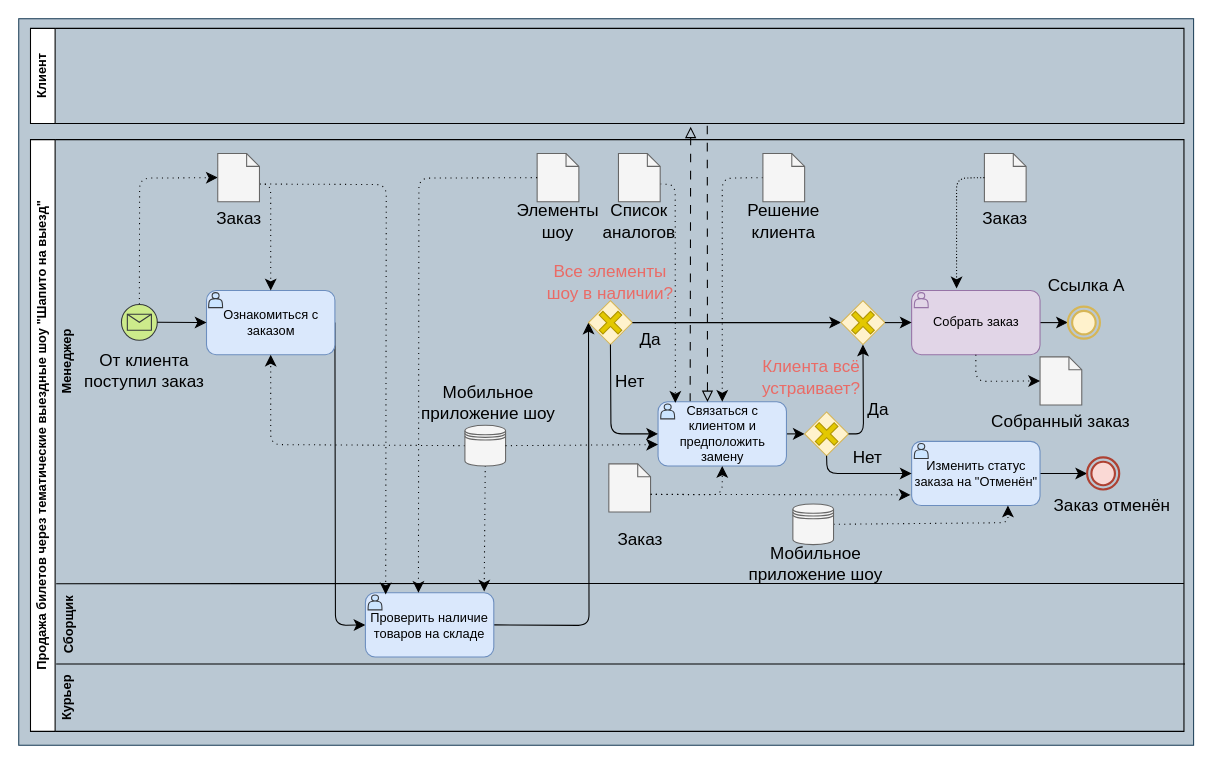
The draw.io diagram page "Page-1" (1 of 3) of Pbd1.drawio in Helpmepleaseitishard/database-design-4-semester, before the edit. Source tidied: cells renumbered, new cells numbered last; positions are measured from the earlier drawing's top-left corner, leaving out a move shared by most shapes. Both pictures are drawn from the tidied source at 107%, with x=0, y=0 at pixel (-155, 18).
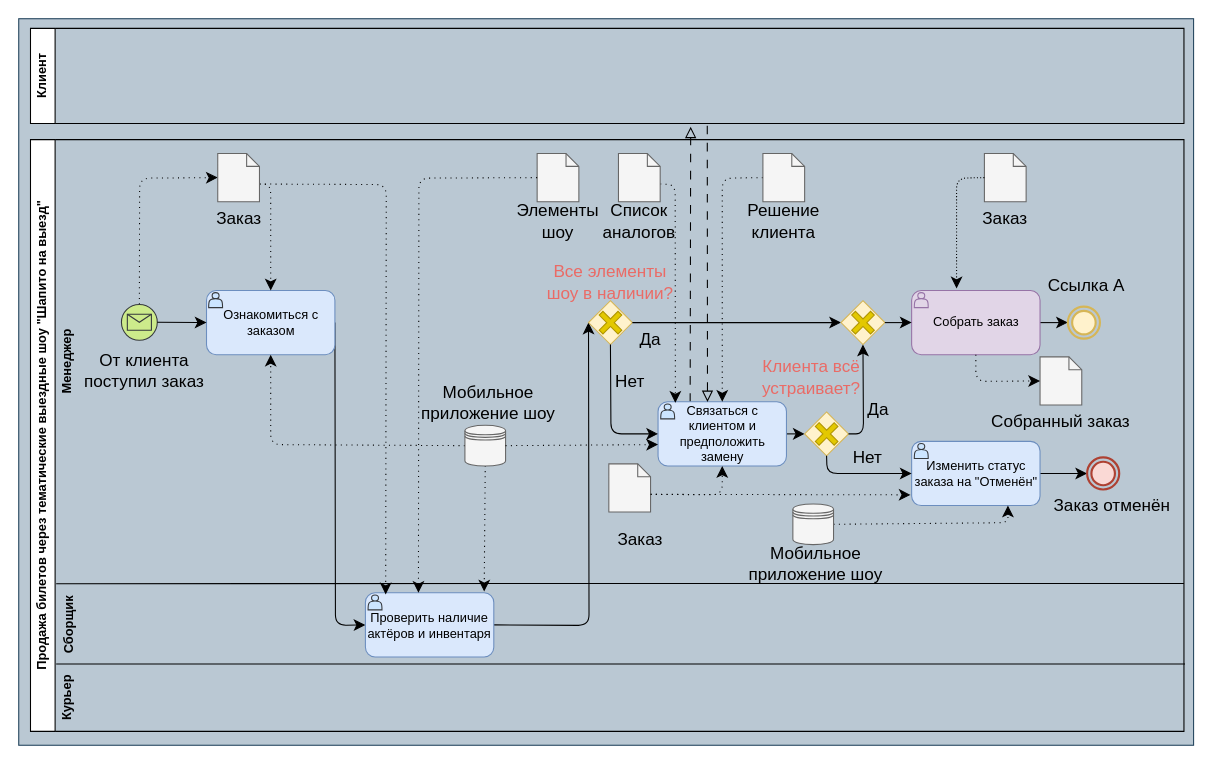
Above is the later version.

The change refers to these unchanged cells:
```xml
<mxCell id="6" value="Продажа билетов через тематические выездные шоу &quot;Шапито на выезд&quot;" style="swimlane;horizontal=0;whiteSpace=wrap;html=1;labelBackgroundColor=default;" parent="5" vertex="1">
  <mxGeometry y="104" width="1078" height="553" as="geometry" />
</mxCell>
```

Change to the diagram source:
```diff
@@
-    <mxCell id="12" value="Проверить наличие товаров на складе" style="rounded=1;whiteSpace=wrap;html=1;fillColor=#dae8fc;strokeColor=#6c8ebf;" parent="6" vertex="1">
+    <mxCell id="12" value="Проверить наличие актёров и инвентаря" style="rounded=1;whiteSpace=wrap;html=1;fillColor=#dae8fc;strokeColor=#6c8ebf;" parent="6" vertex="1">
       <mxGeometry x="313" y="423.5" width="120" height="60" as="geometry" />
     </mxCell>
```
